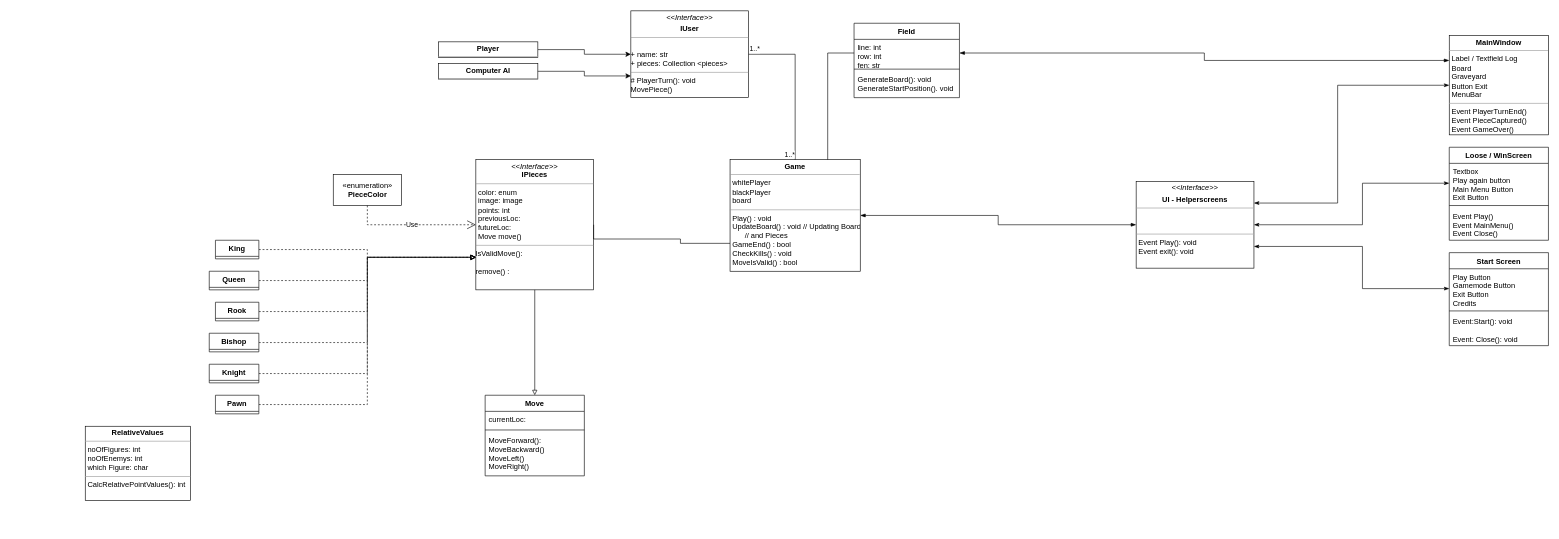
This is Docs/Unbenanntes Diagramm.drawio from Bl8nk20/Chess, a draw.io file, before an edit. Source tidied: cells renumbered, new cells numbered last; positions are measured from the earlier drawing's top-left corner, leaving out a move shared by most shapes. Both pictures are drawn from the tidied source at 62%, with x=0, y=0 at pixel (85, 11).
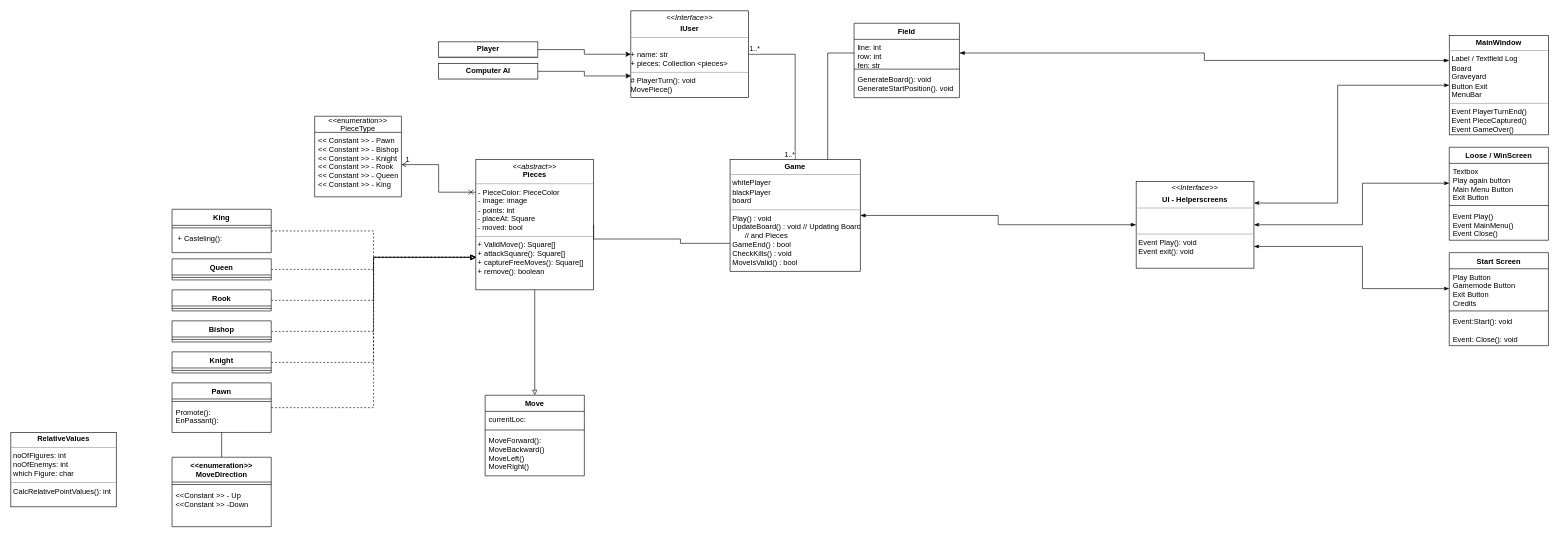
After the change.

The edit, as a diff of the source:
```diff
@@
-    <mxCell id="4" value="«enumeration»&lt;br&gt;&lt;b&gt;PieceColor&lt;/b&gt;" style="html=1;" parent="1" vertex="1">
-      <mxGeometry x="400" y="264" width="110" height="50" as="geometry" />
-    </mxCell>
+    <mxCell id="54" style="edgeStyle=orthogonalEdgeStyle;rounded=0;jettySize=auto;html=1;exitX=0;exitY=0.25;exitDx=0;exitDy=0;entryX=1;entryY=0.5;entryDx=0;entryDy=0;startArrow=cross;startFill=0;endArrow=open;endFill=0;" parent="1" edge="1" source="5" target="65">
+      <mxGeometry relative="1" as="geometry" />
+    </mxCell>
-    <mxCell id="5" value="&lt;p style=&quot;margin:0px;margin-top:4px;text-align:center;&quot;&gt;&lt;i&gt;&amp;lt;&amp;lt;Interface&amp;gt;&amp;gt;&lt;/i&gt;&lt;br&gt;&lt;b&gt;IPieces&lt;/b&gt;&lt;br&gt;&lt;/p&gt;&lt;hr size=&quot;1&quot;&gt;&lt;p style=&quot;margin:0px;margin-left:4px;&quot;&gt;color: enum&lt;/p&gt;&lt;p style=&quot;margin:0px;margin-left:4px;&quot;&gt;image: image&lt;/p&gt;&lt;p style=&quot;margin:0px;margin-left:4px;&quot;&gt;points: int&lt;/p&gt;&lt;p style=&quot;margin:0px;margin-left:4px;&quot;&gt;previousLoc:&lt;/p&gt;&lt;p style=&quot;margin:0px;margin-left:4px;&quot;&gt;futureLoc:&lt;/p&gt;&lt;p style=&quot;margin:0px;margin-left:4px;&quot;&gt;Move move()&lt;br&gt;&lt;/p&gt;&lt;hr size=&quot;1&quot;&gt;&lt;div&gt;IsValidMove():&lt;/div&gt;&lt;div&gt;&amp;nbsp;&lt;br&gt;&lt;/div&gt;&lt;div&gt;remove() :&lt;br&gt;&lt;/div&gt;" style="verticalAlign=top;align=left;overflow=fill;fontSize=12;fontFamily=Helvetica;html=1;" parent="1" vertex="1">
+    <mxCell id="5" value="&lt;p style=&quot;margin:0px;margin-top:4px;text-align:center;&quot;&gt;&lt;i&gt;&amp;lt;&amp;lt;abstract&amp;gt;&amp;gt;&lt;/i&gt;&lt;br&gt;&lt;b&gt;Pieces&lt;/b&gt;&lt;br&gt;&lt;/p&gt;&lt;hr size=&quot;1&quot;&gt;&lt;p style=&quot;margin:0px;margin-left:4px;&quot;&gt;- PieceColor: PieceColor&lt;/p&gt;&lt;p style=&quot;margin:0px;margin-left:4px;&quot;&gt;- image: image&lt;/p&gt;&lt;p style=&quot;margin:0px;margin-left:4px;&quot;&gt;- points: int&lt;/p&gt;&lt;div&gt;&amp;nbsp;- placeAt: Square&lt;/div&gt;&lt;div&gt;&amp;nbsp;- moved: bool&lt;/div&gt;&lt;hr size=&quot;1&quot;&gt;&lt;div&gt;&amp;nbsp;+ ValidMove(): Square[]&lt;br&gt;&lt;/div&gt;&lt;div&gt;&amp;nbsp;+ attackSquare(): Square[]&lt;br&gt;&lt;/div&gt;&lt;div&gt;&amp;nbsp;+ captureFreeMoves(): Square[]&lt;/div&gt;&lt;div&gt;&amp;nbsp;+ remove(): boolean&lt;br&gt;&lt;/div&gt;" style="verticalAlign=top;align=left;overflow=fill;fontSize=12;fontFamily=Helvetica;html=1;" parent="1" vertex="1">
       <mxGeometry x="630" y="240" width="190" height="210" as="geometry" />
     </mxCell>
@@
-    <mxCell id="7" value="Knight" style="swimlane;fontStyle=1;align=center;verticalAlign=top;horizontal=1;startSize=26;" parent="1" vertex="1" collapsed="1">
-      <mxGeometry x="200" y="570" width="80" height="30" as="geometry" />
+    <mxCell id="7" value="Knight" style="swimlane;fontStyle=1;align=center;verticalAlign=top;horizontal=1;startSize=26;" parent="1" vertex="1">
+      <mxGeometry x="140" y="550" width="160" height="34" as="geometry" />
     </mxCell>
+    <mxCell id="55" style="line;strokeWidth=1;fillColor=none;align=left;verticalAlign=middle;spacingTop=-1;spacingLeft=3;spacingRight=3;labelPosition=right;strokeColor=inherit;" parent="7" vertex="1">
+      <mxGeometry y="26" width="160" height="8" as="geometry" />
+    </mxCell>
@@
-    <mxCell id="9" value="King" style="swimlane;fontStyle=1;align=center;verticalAlign=top;horizontal=1;startSize=26;" parent="1" vertex="1" collapsed="1">
-      <mxGeometry x="210" y="370" width="70" height="30" as="geometry" />
+    <mxCell id="9" value="King" style="swimlane;fontStyle=1;align=center;verticalAlign=top;horizontal=1;startSize=26;" parent="1" vertex="1">
+      <mxGeometry x="140" y="320" width="160" height="70" as="geometry" />
     </mxCell>
+    <mxCell id="56" style="line;strokeWidth=1;fillColor=none;align=left;verticalAlign=middle;spacingTop=-1;spacingLeft=3;spacingRight=3;labelPosition=right;strokeColor=inherit;" parent="9" vertex="1">
+      <mxGeometry y="26" width="160" height="8" as="geometry" />
+    </mxCell>
+    <mxCell id="57" value=" + Casteling():" style="text;strokeColor=none;fillColor=none;align=left;verticalAlign=top;spacingLeft=4;spacingRight=4;overflow=hidden;" parent="9" vertex="1">
+      <mxGeometry y="34" width="160" height="36" as="geometry" />
+    </mxCell>
@@
-    <mxCell id="11" value="Queen" style="swimlane;fontStyle=1;align=center;verticalAlign=top;horizontal=1;startSize=26;" parent="1" vertex="1" collapsed="1">
-      <mxGeometry x="200" y="420" width="80" height="30" as="geometry" />
+    <mxCell id="11" value="Queen" style="swimlane;fontStyle=1;align=center;verticalAlign=top;horizontal=1;startSize=26;" parent="1" vertex="1">
+      <mxGeometry x="140" y="400" width="160" height="34" as="geometry" />
     </mxCell>
+    <mxCell id="58" style="line;strokeWidth=1;fillColor=none;align=left;verticalAlign=middle;spacingTop=-1;spacingLeft=3;spacingRight=3;labelPosition=right;strokeColor=inherit;" parent="11" vertex="1">
+      <mxGeometry y="26" width="160" height="8" as="geometry" />
+    </mxCell>
@@
-    <mxCell id="13" value="Rook" style="swimlane;fontStyle=1;align=center;verticalAlign=top;horizontal=1;startSize=26;" parent="1" vertex="1" collapsed="1">
-      <mxGeometry x="210" y="470" width="70" height="30" as="geometry" />
+    <mxCell id="13" value="Rook" style="swimlane;fontStyle=1;align=center;verticalAlign=top;horizontal=1;startSize=26;" parent="1" vertex="1">
+      <mxGeometry x="140" y="450" width="160" height="34" as="geometry" />
     </mxCell>
+    <mxCell id="59" style="line;strokeWidth=1;fillColor=none;align=left;verticalAlign=middle;spacingTop=-1;spacingLeft=3;spacingRight=3;labelPosition=right;strokeColor=inherit;" parent="13" vertex="1">
+      <mxGeometry y="26" width="160" height="8" as="geometry" />
+    </mxCell>
@@
-    <mxCell id="15" value="Bishop" style="swimlane;fontStyle=1;align=center;verticalAlign=top;horizontal=1;startSize=26;" parent="1" vertex="1" collapsed="1">
-      <mxGeometry x="200" y="520" width="80" height="30" as="geometry" />
+    <mxCell id="15" value="Bishop" style="swimlane;fontStyle=1;align=center;verticalAlign=top;horizontal=1;startSize=26;" parent="1" vertex="1">
+      <mxGeometry x="140" y="500" width="160" height="34" as="geometry" />
     </mxCell>
+    <mxCell id="60" style="line;strokeWidth=1;fillColor=none;align=left;verticalAlign=middle;spacingTop=-1;spacingLeft=3;spacingRight=3;labelPosition=right;strokeColor=inherit;" parent="15" vertex="1">
+      <mxGeometry y="26" width="160" height="8" as="geometry" />
+    </mxCell>
@@
+    <mxCell id="61" style="edgeStyle=orthogonalEdgeStyle;rounded=0;jettySize=auto;html=1;startArrow=none;startFill=0;endArrow=none;endFill=0;" parent="1" edge="1" source="17" target="67">
+      <mxGeometry relative="1" as="geometry" />
+    </mxCell>
-    <mxCell id="17" value="Pawn" style="swimlane;fontStyle=1;align=center;verticalAlign=top;horizontal=1;startSize=26;" parent="1" vertex="1" collapsed="1">
-      <mxGeometry x="210" y="620" width="70" height="30" as="geometry" />
+    <mxCell id="17" value="Pawn" style="swimlane;fontStyle=1;align=center;verticalAlign=top;horizontal=1;startSize=26;" parent="1" vertex="1">
+      <mxGeometry x="140" y="600" width="160" height="80" as="geometry" />
     </mxCell>
+    <mxCell id="62" style="line;strokeWidth=1;fillColor=none;align=left;verticalAlign=middle;spacingTop=-1;spacingLeft=3;spacingRight=3;labelPosition=right;strokeColor=inherit;" parent="17" vertex="1">
+      <mxGeometry y="26" width="160" height="8" as="geometry" />
+    </mxCell>
+    <mxCell id="63" value="Promote():&#10;EnPassant():&#10;" style="text;strokeColor=none;fillColor=none;align=left;verticalAlign=top;spacingLeft=4;spacingRight=4;overflow=hidden;" parent="17" vertex="1">
+      <mxGeometry y="34" width="160" height="46" as="geometry" />
+    </mxCell>
     <mxCell id="18" value="&lt;p style=&quot;margin:0px;margin-top:4px;text-align:center;&quot;&gt;&lt;b&gt;RelativeValues&lt;/b&gt;&lt;/p&gt;&lt;hr size=&quot;1&quot;&gt;&lt;p style=&quot;margin:0px;margin-left:4px;&quot;&gt;noOfFigures: int&lt;/p&gt;&lt;p style=&quot;margin:0px;margin-left:4px;&quot;&gt;noOfEnemys: int&lt;/p&gt;&lt;p style=&quot;margin:0px;margin-left:4px;&quot;&gt;which Figure: char&lt;br&gt;&lt;/p&gt;&lt;hr size=&quot;1&quot;&gt;&lt;p style=&quot;margin:0px;margin-left:4px;&quot;&gt;CalcRelativePointValues(): int&lt;br&gt;&lt;/p&gt;" style="verticalAlign=top;align=left;overflow=fill;fontSize=12;fontFamily=Helvetica;html=1;" parent="1" vertex="1">
-      <mxGeometry y="670" width="170" height="120" as="geometry" />
+      <mxGeometry x="-120" y="680" width="170" height="120" as="geometry" />
     </mxCell>
@@
-    <mxCell id="26" value="Use" style="endArrow=open;endSize=12;dashed=1;html=1;rounded=0;exitX=0.5;exitY=1;exitDx=0;exitDy=0;entryX=0;entryY=0.5;entryDx=0;entryDy=0;" parent="1" edge="1" source="4" target="5">
-      <mxGeometry relative="1" as="geometry">
-        <Array as="points">
-          <mxPoint x="455" y="345" />
-        </Array>
-      </mxGeometry>
-    </mxCell>
@@
+    <mxCell id="64" value="&lt;&lt;enumeration&gt;&gt;&#10;PieceType" style="swimlane;fontStyle=0;horizontal=1;startSize=26;fillColor=none;" parent="1" vertex="1">
+      <mxGeometry x="370" y="170" width="140" height="130" as="geometry" />
+    </mxCell>
+    <mxCell id="65" value="&lt;&lt; Constant &gt;&gt; - Pawn&#10;&lt;&lt; Constant &gt;&gt; - Bishop&#10;&lt;&lt; Constant &gt;&gt; - Knight&#10;&lt;&lt; Constant &gt;&gt; - Rook&#10;&lt;&lt; Constant &gt;&gt; - Queen&#10;&lt;&lt; Constant &gt;&gt; - King&#10;" style="text;strokeColor=none;fillColor=none;align=left;verticalAlign=top;spacingLeft=4;spacingRight=4;overflow=hidden;points=[[0,0.5],[1,0.5]];portConstraint=eastwest;" parent="64" vertex="1">
+      <mxGeometry y="26" width="140" height="104" as="geometry" />
+    </mxCell>
+    <mxCell id="66" value="1" style="text;html=1;align=center;verticalAlign=middle;strokeColor=none;fillColor=none;" parent="1" vertex="1">
+      <mxGeometry x="505" y="225" width="30" height="30" as="geometry" />
+    </mxCell>
+    <mxCell id="67" value="&lt;&lt;enumeration&gt;&gt;&#10;MoveDirection&#10;" style="swimlane;fontStyle=1;align=center;verticalAlign=top;horizontal=1;startSize=40;" parent="1" vertex="1">
+      <mxGeometry x="140" y="720" width="160" height="112" as="geometry" />
+    </mxCell>
+    <mxCell id="68" style="line;strokeWidth=1;fillColor=none;align=left;verticalAlign=middle;spacingTop=-1;spacingLeft=3;spacingRight=3;labelPosition=right;strokeColor=inherit;" parent="67" vertex="1">
+      <mxGeometry y="40" width="160" height="8" as="geometry" />
+    </mxCell>
+    <mxCell id="69" value="&lt;&lt;Constant &gt;&gt; - Up&#10;&lt;&lt;Constant &gt;&gt; -Down&#10;" style="text;strokeColor=none;fillColor=none;align=left;verticalAlign=top;spacingLeft=4;spacingRight=4;overflow=hidden;" parent="67" vertex="1">
+      <mxGeometry y="48" width="160" height="64" as="geometry" />
+    </mxCell>
```
